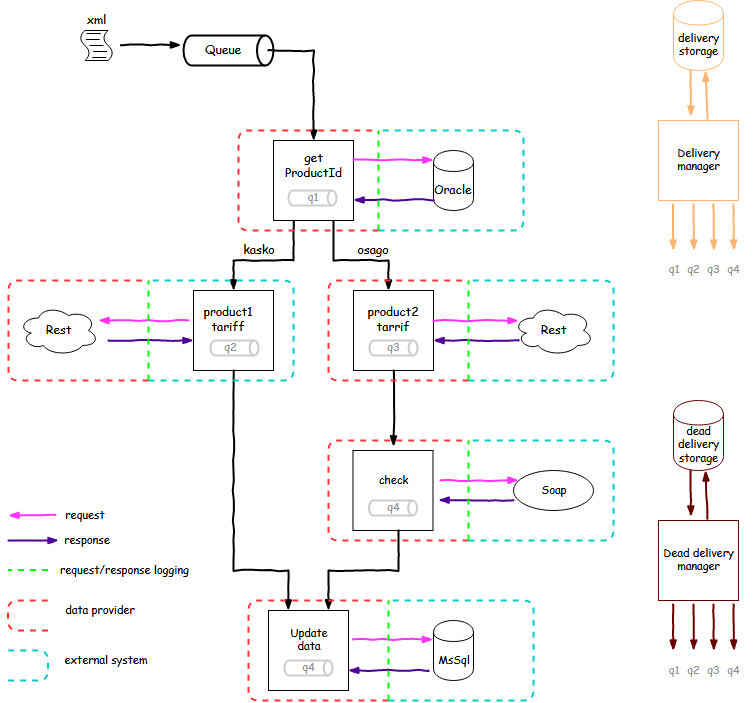
The draw.io diagram api.png in bot-rogerthat/elk, before a commit. Source tidied: cells renumbered, new cells last; positions are measured from the earlier drawing's top-left corner, leaving out a move shared by most shapes.
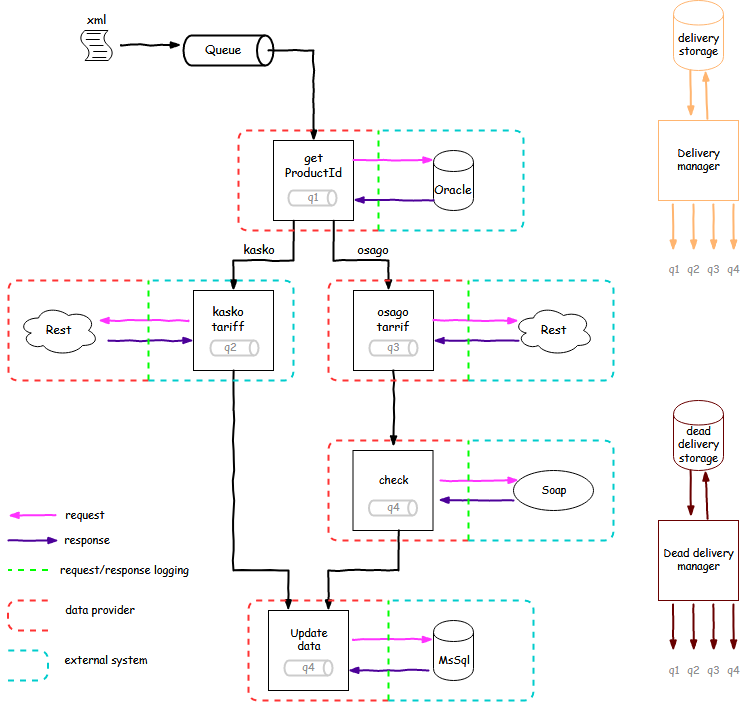
Above is the later version.

What changed in the source:
```diff
@@ -116,10 +116,10 @@
     <mxCell id="27" value="osago" style="text;html=1;strokeColor=none;fillColor=none;align=center;verticalAlign=middle;whiteSpace=wrap;rounded=0;fontFamily=Comic Sans MS;fontColor=#000000;rotation=0;" parent="1" vertex="1">
       <mxGeometry x="344.5" y="240" width="40" height="20" as="geometry" />
     </mxCell>
-    <mxCell id="28" value="product1 tariff" style="text;html=1;strokeColor=none;fillColor=none;align=center;verticalAlign=middle;whiteSpace=wrap;rounded=0;fontFamily=Comic Sans MS;fontColor=#000000;" parent="1" vertex="1">
+    <mxCell id="28" value="kasko tariff" style="text;html=1;strokeColor=none;fillColor=none;align=center;verticalAlign=middle;whiteSpace=wrap;rounded=0;fontFamily=Comic Sans MS;fontColor=#000000;" parent="1" vertex="1">
       <mxGeometry x="200" y="310" width="40" height="20" as="geometry" />
     </mxCell>
-    <mxCell id="29" value="product2 tarrif" style="text;html=1;strokeColor=none;fillColor=none;align=center;verticalAlign=middle;whiteSpace=wrap;rounded=0;fontFamily=Comic Sans MS;fontColor=#000000;" parent="1" vertex="1">
+    <mxCell id="29" value="&lt;div&gt;osago&lt;/div&gt;&lt;div&gt; tarrif&lt;/div&gt;" style="text;html=1;strokeColor=none;fillColor=none;align=center;verticalAlign=middle;whiteSpace=wrap;rounded=0;fontFamily=Comic Sans MS;fontColor=#000000;" parent="1" vertex="1">
       <mxGeometry x="364.5" y="310" width="40" height="20" as="geometry" />
     </mxCell>
     <mxCell id="30" style="rounded=0;comic=1;strokeWidth=2;endArrow=blockThin;html=1;fontFamily=Comic Sans MS;fontStyle=1;exitX=0.5;exitY=1;exitDx=0;exitDy=0;entryX=0.25;entryY=0;entryDx=0;entryDy=0;" parent="1" edge="1" source="13" target="31">
```
